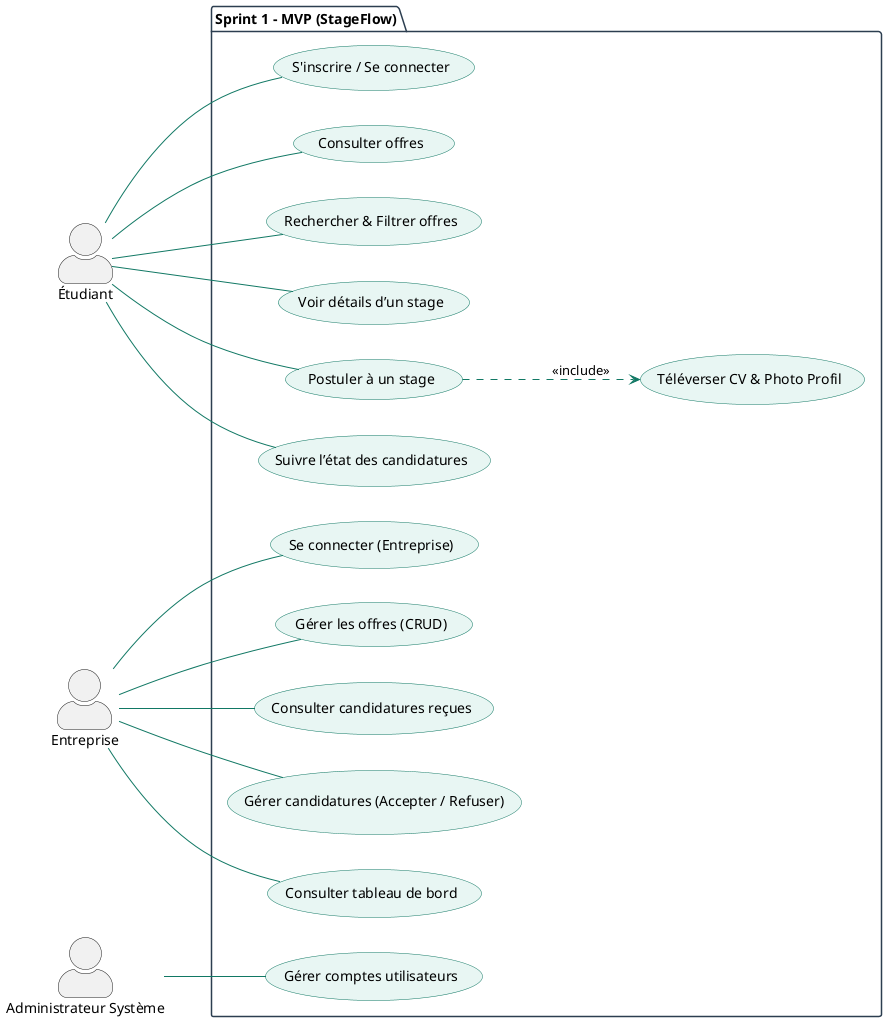
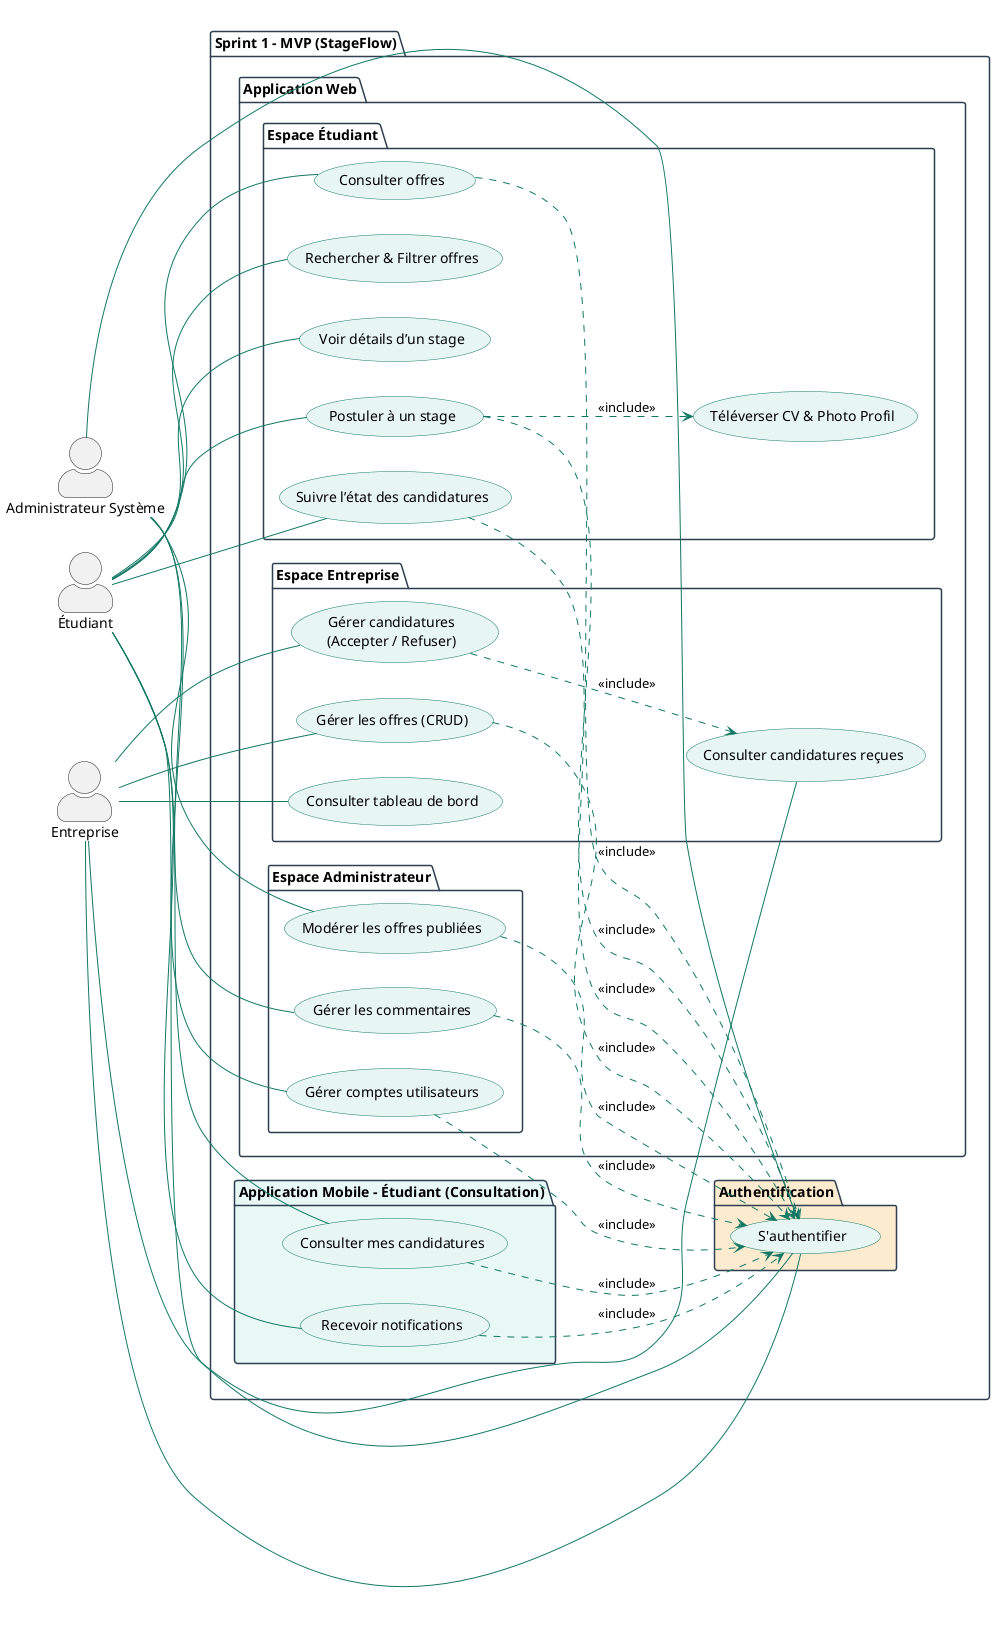
- @startuml StageFlow_Sprint1
+ @startuml StageFlow_Sprint1_Final
skinparam actorStyle awesome
left to right direction

skinparam package {
    BackgroundColor White
    BorderColor #2C3E50
}

skinparam usecase {
    BackgroundColor #E8F6F3
    BorderColor #117864
    ArrowColor #117864
}

actor "Étudiant" as E
actor "Entreprise" as Ent
actor "Administrateur Système" as Admin

package "Sprint 1 – MVP (StageFlow)" {

-     ' ========================
-     ' Espace Étudiant
-     ' ========================
+     ' =========================
+     ' 🔐 Authentification (Commune)
+     ' =========================
+     package "Authentification" #FDEBD0 {
+         usecase "S'authentifier" as UC_AUTH
+     }

-     usecase "S'inscrire / Se connecter" as UC1
-     usecase "Consulter offres" as UC2
-     usecase "Rechercher & Filtrer offres" as UC3
-     usecase "Voir détails d’un stage" as UC4
-     usecase "Postuler à un stage" as UC5
-     usecase "Téléverser CV & Photo Profil" as UC6
-     usecase "Suivre l’état des candidatures" as UC7
+     E -- UC_AUTH
+     Ent -- UC_AUTH
+     Admin -- UC_AUTH

-     E -- UC1
-     E -- UC2
-     E -- UC3
-     E -- UC4
-     E -- UC5
-     E -- UC7
+     ' =========================
+     ' 🌐 Application Web
+     ' =========================
+     package "Application Web" {

-     UC5 ..> UC6 : <<include>>
+         ' -------- Espace Étudiant --------
+         package "Espace Étudiant" {
+             usecase "Consulter offres" as UC1
+             usecase "Rechercher & Filtrer offres" as UC2
+             usecase "Voir détails d’un stage" as UC3
+             usecase "Postuler à un stage" as UC4
+             usecase "Téléverser CV & Photo Profil" as UC5
+             usecase "Suivre l’état des candidatures" as UC6
+         }

-     ' ========================
-     ' Espace Entreprise
-     ' ========================
+         E -- UC1
+         E -- UC2
+         E -- UC3
+         E -- UC4
+         E -- UC6

-     usecase "Se connecter (Entreprise)" as UC8
-     usecase "Gérer les offres (CRUD)" as UC9
-     usecase "Consulter candidatures reçues" as UC10
-     usecase "Gérer candidatures (Accepter / Refuser)" as UC11
-     usecase "Consulter tableau de bord" as UC12
+         UC4 ..> UC5 : <<include>>
+         UC1 ..> UC_AUTH : <<include>>
+         UC4 ..> UC_AUTH : <<include>>
+         UC6 ..> UC_AUTH : <<include>>

-     Ent -- UC8
-     Ent -- UC9
-     Ent -- UC10
-     Ent -- UC11
-     Ent -- UC12
+         ' -------- Espace Entreprise --------
+         package "Espace Entreprise" {
+             usecase "Gérer les offres (CRUD)" as UC7
+             usecase "Consulter candidatures reçues" as UC8
+             usecase "Gérer candidatures\n(Accepter / Refuser)" as UC9
+             usecase "Consulter tableau de bord" as UC10
+         }

-     ' ========================
-     ' Espace Administrateur
-     ' ========================
+         Ent -- UC7
+         Ent -- UC8
+         Ent -- UC9
+         Ent -- UC10

-     usecase "Gérer comptes utilisateurs" as UC13
+         UC7 ..> UC_AUTH : <<include>>
+         UC9 ..> UC8 : <<include>>

-     Admin -- UC13
+         ' -------- Espace Administrateur --------
+         package "Espace Administrateur" {
+             usecase "Gérer comptes utilisateurs" as UC11
+             usecase "Modérer les offres publiées" as UC12
+             usecase "Gérer les commentaires" as UC13
+         }
+ 
+         Admin -- UC11
+         Admin -- UC12
+         Admin -- UC13
+ 
+         UC11 ..> UC_AUTH : <<include>>
+         UC12 ..> UC_AUTH : <<include>>
+         UC13 ..> UC_AUTH : <<include>>
+     }
+ 
+     ' =========================
+     ' 📱 Application Mobile (Étudiant uniquement)
+     ' =========================
+     package "Application Mobile – Étudiant (Consultation)" #E8F8F5 {
+ 
+         usecase "Consulter mes candidatures" as UC_M1
+         usecase "Recevoir notifications" as UC_M2
+ 
+         E -- UC_M1
+         E -- UC_M2
+ 
+         UC_M1 ..> UC_AUTH : <<include>>
+         UC_M2 ..> UC_AUTH : <<include>>
+     }
+ 
}
- 
@enduml